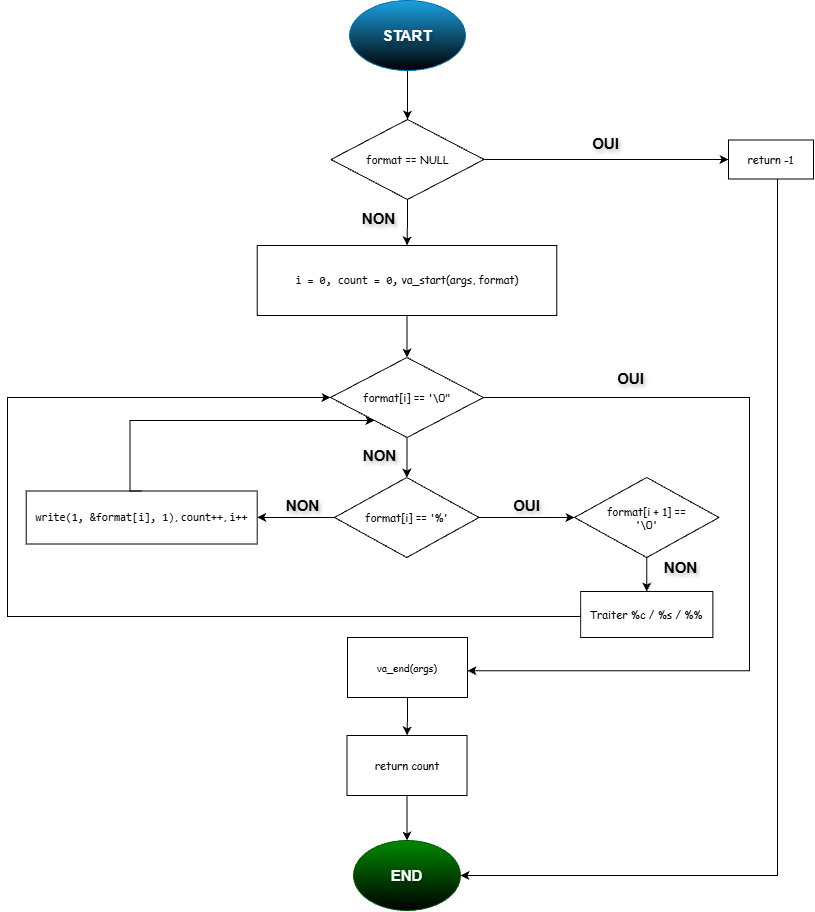
The draw.io diagram 1st_Flowcharts.drawio.png in AdPatresSs/holbertonschool-printf, before a commit. Source tidied: cells renumbered, new cells last; positions are measured from the earlier drawing's top-left corner, leaving out a move shared by most shapes. Source of this version:
```xml
<mxGraphModel>
  <root>
    <mxCell id="0" />
    <mxCell id="1" parent="0" />
    <mxCell id="2" style="edgeStyle=orthogonalEdgeStyle;rounded=0;jettySize=auto;html=1;defaultLabelBackgroundColor=page;labelPadding=0 4;fontSize=15;" parent="1" edge="1" source="3" target="8">
      <mxGeometry relative="1" as="geometry" />
    </mxCell>
    <mxCell id="3" value="START" style="ellipse;whiteSpace=wrap;html=1;shapeInside=1;labelBorderColor=none;textShadow=1;fontStyle=1;fontSize=15;fillColor=#1ba1e2;fontColor=#ffffff;strokeColor=#006EAF;gradientColor=default;" parent="1" vertex="1">
      <mxGeometry x="342" width="116" height="70" as="geometry" />
    </mxCell>
    <mxCell id="4" style="edgeStyle=orthogonalEdgeStyle;rounded=0;jettySize=auto;html=1;defaultLabelBackgroundColor=page;labelPadding=0 4;verticalAlign=top;fontSize=15;" parent="1" edge="1" source="8" target="10">
      <mxGeometry relative="1" as="geometry" />
    </mxCell>
    <mxCell id="5" value="OUI" style="edgeLabel;html=1;align=center;verticalAlign=bottom;inheritText=fontFamily,textOpacity,labelBorderColor,labelBorderWidth,labelBackgroundColor,defaultLabelBackgroundColor,labelPadding;defaultLabelBackgroundColor=page;labelPadding=0 4;fontColor=light-dark(#000000,#FF0000);textShadow=1;fontStyle=1;fontSize=15;" parent="4" vertex="1">
      <mxGeometry x="0.12" y="1" relative="1" as="geometry">
        <mxPoint x="-16" y="-4" as="offset" />
      </mxGeometry>
    </mxCell>
    <mxCell id="6" style="edgeStyle=orthogonalEdgeStyle;rounded=0;jettySize=auto;html=1;defaultLabelBackgroundColor=page;labelPadding=0 4;verticalAlign=middle;align=right;fontSize=15;" parent="1" edge="1" source="8" target="13">
      <mxGeometry relative="1" as="geometry" />
    </mxCell>
    <mxCell id="7" value="NON" style="edgeLabel;html=1;align=center;verticalAlign=middle;inheritText=fontFamily,textOpacity,labelBorderColor,labelBorderWidth,labelBackgroundColor,defaultLabelBackgroundColor,labelPadding;defaultLabelBackgroundColor=page;labelPadding=0 4;fontSize=15;fontColor=light-dark(#000000,#00FF00);textShadow=1;fontStyle=1;" parent="6" vertex="1">
      <mxGeometry x="-0.1" y="1" relative="1" as="geometry">
        <mxPoint x="-30" y="-2" as="offset" />
      </mxGeometry>
    </mxCell>
    <mxCell id="8" value="format == NULL" style="rhombus;whiteSpace=wrap;html=1;shapeInside=1;fontSize=11;fontFamily=Comic Sans MS;" parent="1" vertex="1">
      <mxGeometry x="323.5" y="119" width="153" height="80" as="geometry" />
    </mxCell>
    <mxCell id="9" style="edgeStyle=orthogonalEdgeStyle;rounded=0;jettySize=auto;html=1;defaultLabelBackgroundColor=page;labelPadding=0 4;fontSize=15;" parent="1" edge="1" source="10" target="11">
      <mxGeometry x="0.02" relative="1" as="geometry">
        <Array as="points">
          <mxPoint x="770" y="875" />
        </Array>
      </mxGeometry>
    </mxCell>
    <mxCell id="10" value="return -1" style="whiteSpace=wrap;html=1;fontSize=11;fontFamily=Comic Sans MS;" parent="1" vertex="1">
      <mxGeometry x="721" y="139.5" width="85" height="39" as="geometry" />
    </mxCell>
    <mxCell id="11" value="END" style="ellipse;whiteSpace=wrap;html=1;shapeInside=1;fillColor=#008a00;fontColor=#ffffff;strokeColor=#005700;gradientColor=default;fontSize=15;fontStyle=1;textShadow=1;" parent="1" vertex="1">
      <mxGeometry x="346" y="840" width="107" height="70" as="geometry" />
    </mxCell>
    <mxCell id="12" style="edgeStyle=orthogonalEdgeStyle;rounded=0;jettySize=auto;html=1;defaultLabelBackgroundColor=page;labelPadding=0 4;fontSize=15;" parent="1" edge="1" source="13" target="24">
      <mxGeometry relative="1" as="geometry" />
    </mxCell>
    <mxCell id="13" value="&lt;font&gt;&lt;code&gt;i = 0, count = 0,&lt;/code&gt;&amp;nbsp;&lt;/font&gt;&lt;span style=&quot;background-color: transparent; color: light-dark(#000000, var(--ge-light-color, #ffffff));&quot;&gt;va_start(args, format)&lt;/span&gt;" style="whiteSpace=wrap;html=1;fontSize=11;fontFamily=Comic Sans MS;" parent="1" vertex="1">
      <mxGeometry x="249.7" y="245" width="299.6" height="70" as="geometry" />
    </mxCell>
    <mxCell id="14" style="edgeStyle=orthogonalEdgeStyle;rounded=0;jettySize=auto;html=1;defaultLabelBackgroundColor=page;labelPadding=0 4;" parent="1" edge="1" source="16" target="29">
      <mxGeometry relative="1" as="geometry" />
    </mxCell>
    <mxCell id="15" style="edgeStyle=orthogonalEdgeStyle;rounded=0;jettySize=auto;html=1;defaultLabelBackgroundColor=page;labelPadding=0 4;" parent="1" edge="1" source="16" target="32">
      <mxGeometry relative="1" as="geometry" />
    </mxCell>
    <mxCell id="16" value="format[i] == '%'" style="rhombus;whiteSpace=wrap;html=1;shapeInside=1;fontSize=11;fontFamily=Comic Sans MS;" parent="1" vertex="1">
      <mxGeometry x="327" y="477" width="144.5" height="80" as="geometry" />
    </mxCell>
    <mxCell id="17" style="edgeStyle=orthogonalEdgeStyle;rounded=0;jettySize=auto;html=1;defaultLabelBackgroundColor=page;labelPadding=0 4;fontSize=15;" parent="1" edge="1" source="24" target="16">
      <mxGeometry relative="1" as="geometry" />
    </mxCell>
    <mxCell id="18" value="NON" style="edgeLabel;html=1;align=center;verticalAlign=middle;inheritText=fontFamily,fontSize,textOpacity,labelBorderColor,labelBorderWidth,labelBackgroundColor,defaultLabelBackgroundColor,labelPadding;fontSize=15;defaultLabelBackgroundColor=page;labelPadding=0 4;textShadow=1;fontColor=light-dark(#000000,#FF3333);fontStyle=1;" parent="17" vertex="1">
      <mxGeometry x="-0.21" y="-2" relative="1" as="geometry">
        <mxPoint x="-26" y="1" as="offset" />
      </mxGeometry>
    </mxCell>
    <mxCell id="19" value="NON" style="edgeLabel;html=1;align=center;verticalAlign=middle;inheritText=fontFamily,fontSize,textOpacity,labelBorderColor,labelBorderWidth,labelBackgroundColor,defaultLabelBackgroundColor,labelPadding;textShadow=1;fontColor=light-dark(#000000,#FF3333);fontStyle=1;fontSize=15;defaultLabelBackgroundColor=page;labelPadding=0 4;" parent="17" vertex="1">
      <mxGeometry x="-0.21" y="-2" relative="1" as="geometry">
        <mxPoint x="-103" y="51" as="offset" />
      </mxGeometry>
    </mxCell>
    <mxCell id="20" value="NON" style="edgeLabel;html=1;align=center;verticalAlign=middle;inheritText=fontFamily,fontSize,textOpacity,labelBorderColor,labelBorderWidth,labelBackgroundColor,defaultLabelBackgroundColor,labelPadding;textShadow=1;fontColor=light-dark(#000000,#FF3333);fontStyle=1;fontSize=15;defaultLabelBackgroundColor=page;labelPadding=0 4;" parent="17" vertex="1">
      <mxGeometry x="-0.21" y="-2" relative="1" as="geometry">
        <mxPoint x="275" y="114" as="offset" />
      </mxGeometry>
    </mxCell>
    <mxCell id="21" style="edgeStyle=orthogonalEdgeStyle;rounded=0;jettySize=auto;html=1;defaultLabelBackgroundColor=page;labelPadding=0 4;fontSize=15;exitX=1;exitY=0.5;exitDx=0;exitDy=0;" parent="1" edge="1" source="24" target="26">
      <mxGeometry x="-0.25" relative="1" as="geometry">
        <Array as="points">
          <mxPoint x="742" y="397" />
          <mxPoint x="742" y="670.2" />
        </Array>
      </mxGeometry>
    </mxCell>
    <mxCell id="22" value="OUI" style="edgeLabel;html=1;align=center;verticalAlign=middle;inheritText=fontFamily,textOpacity,labelBorderColor,labelBorderWidth,labelBackgroundColor,defaultLabelBackgroundColor,labelPadding;fontSize=15;fontStyle=1;textShadow=1;fontColor=light-dark(#000000,#00FF00);defaultLabelBackgroundColor=page;labelPadding=0 4;" parent="21" vertex="1">
      <mxGeometry x="-0.27" y="1" relative="1" as="geometry">
        <mxPoint x="-121" y="-53" as="offset" />
      </mxGeometry>
    </mxCell>
    <mxCell id="23" value="OUI" style="edgeLabel;html=1;align=center;verticalAlign=middle;inheritText=fontFamily,textOpacity,labelBorderColor,labelBorderWidth,labelBackgroundColor,defaultLabelBackgroundColor,labelPadding;fontSize=15;fontStyle=1;textShadow=1;fontColor=light-dark(#000000,#00FF00);defaultLabelBackgroundColor=page;labelPadding=0 4;" parent="21" vertex="1">
      <mxGeometry x="-0.27" y="1" relative="1" as="geometry">
        <mxPoint x="-225" y="73" as="offset" />
      </mxGeometry>
    </mxCell>
    <mxCell id="24" value="format[i] == '\0&quot;" style="rhombus;whiteSpace=wrap;html=1;shapeInside=1;fontSize=11;fontFamily=Comic Sans MS;" parent="1" vertex="1">
      <mxGeometry x="323" y="357" width="153" height="80" as="geometry" />
    </mxCell>
    <mxCell id="25" style="edgeStyle=orthogonalEdgeStyle;rounded=0;jettySize=auto;html=1;defaultLabelBackgroundColor=page;labelPadding=0 4;fontSize=15;" parent="1" edge="1" source="26" target="28">
      <mxGeometry relative="1" as="geometry" />
    </mxCell>
    <mxCell id="26" value="&lt;font size=&quot;1&quot;&gt;va_end(args)&lt;/font&gt;" style="rounded=0;whiteSpace=wrap;html=1;fontSize=11;fontFamily=Comic Sans MS;" parent="1" vertex="1">
      <mxGeometry x="340" y="637" width="120" height="60" as="geometry" />
    </mxCell>
    <mxCell id="27" style="edgeStyle=orthogonalEdgeStyle;rounded=0;jettySize=auto;html=1;defaultLabelBackgroundColor=page;labelPadding=0 4;fontSize=15;" parent="1" edge="1" source="28" target="11">
      <mxGeometry relative="1" as="geometry" />
    </mxCell>
    <mxCell id="28" value="return count" style="rounded=0;whiteSpace=wrap;html=1;fontSize=11;fontFamily=Comic Sans MS;" parent="1" vertex="1">
      <mxGeometry x="339.5" y="735" width="120" height="60" as="geometry" />
    </mxCell>
    <mxCell id="29" value="&lt;font&gt;&lt;code style=&quot;&quot;&gt;write(1, &amp;amp;format[i], 1)&lt;/code&gt;, &lt;code style=&quot;&quot;&gt;count++&lt;/code&gt;, &lt;code style=&quot;&quot;&gt;i++&lt;/code&gt;&lt;/font&gt;" style="rounded=0;whiteSpace=wrap;html=1;fontSize=11;fontFamily=Comic Sans MS;" parent="1" vertex="1">
      <mxGeometry x="18.7" y="490.5" width="231" height="53" as="geometry" />
    </mxCell>
    <mxCell id="30" style="edgeStyle=orthogonalEdgeStyle;rounded=0;jettySize=auto;html=1;exitX=0.5;exitY=0;exitDx=0;exitDy=0;defaultLabelBackgroundColor=page;labelPadding=0 4;" parent="1" edge="1" source="29" target="24">
      <mxGeometry x="-0.07" relative="1" as="geometry">
        <Array as="points">
          <mxPoint x="122.5" y="420" />
        </Array>
      </mxGeometry>
    </mxCell>
    <mxCell id="31" style="edgeStyle=orthogonalEdgeStyle;rounded=0;jettySize=auto;html=1;defaultLabelBackgroundColor=page;labelPadding=0 4;" parent="1" edge="1" source="32" target="34">
      <mxGeometry relative="1" as="geometry" />
    </mxCell>
    <mxCell id="32" value="format[i + 1] == '\0'" style="rhombus;whiteSpace=wrap;html=1;shapeInside=1;fontSize=11;fontFamily=Comic Sans MS;" parent="1" vertex="1">
      <mxGeometry x="567" y="477" width="144.5" height="80" as="geometry" />
    </mxCell>
    <mxCell id="33" style="edgeStyle=orthogonalEdgeStyle;rounded=0;jettySize=auto;html=1;exitX=0;exitY=0.5;exitDx=0;exitDy=0;defaultLabelBackgroundColor=page;labelPadding=0 4;" parent="1" edge="1" source="34" target="24">
      <mxGeometry x="-0.79" relative="1" as="geometry">
        <Array as="points">
          <mxPoint x="573.1" y="616" />
          <mxPoint y="616" />
          <mxPoint y="397" />
        </Array>
      </mxGeometry>
    </mxCell>
    <mxCell id="34" value="Traiter %c / %s / %%" style="whiteSpace=wrap;html=1;fontSize=11;fontFamily=Comic Sans MS;" parent="1" vertex="1">
      <mxGeometry x="573.1" y="591" width="132.2" height="46" as="geometry" />
    </mxCell>
  </root>
</mxGraphModel>
```
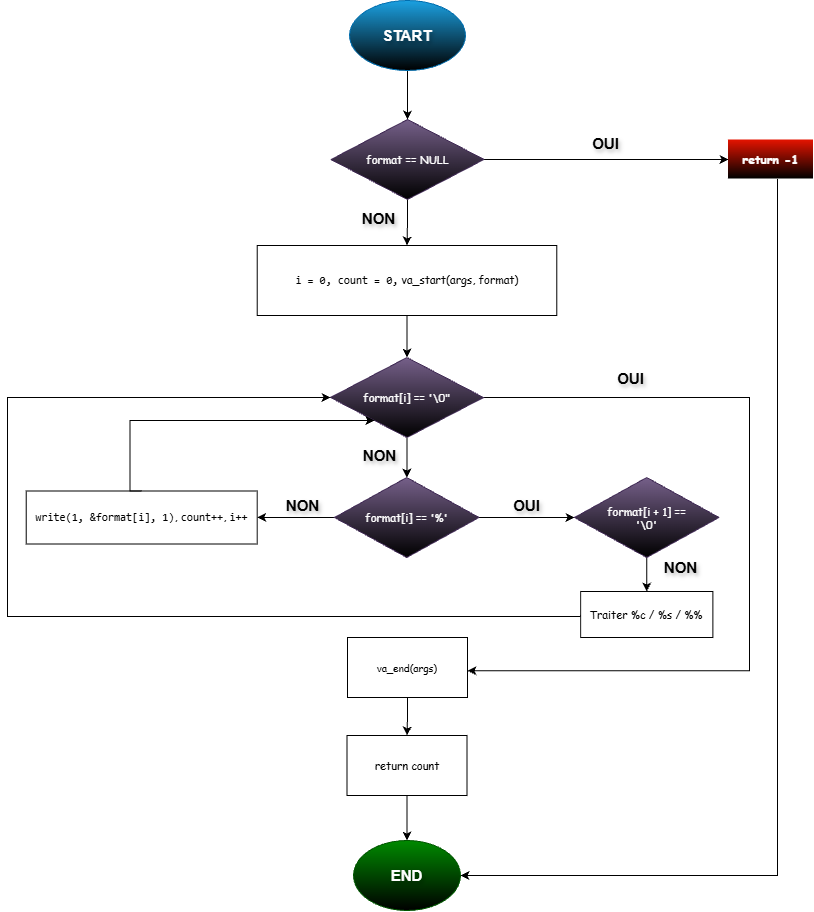
After the change.

Commit message:
Mettre à jour 1st_Flowcharts_Printf.drawio.png

What changed in the source:
```diff
@@ -24,7 +24,7 @@
         <mxPoint x="-30" y="-2" as="offset" />
       </mxGeometry>
     </mxCell>
-    <mxCell id="8" value="format == NULL" style="rhombus;whiteSpace=wrap;html=1;shapeInside=1;fontSize=11;fontFamily=Comic Sans MS;" parent="1" vertex="1">
+    <mxCell id="8" value="format == NULL" style="rhombus;whiteSpace=wrap;html=1;shapeInside=1;fontSize=11;fontFamily=Comic Sans MS;fillColor=light-dark(#76608A,#9D4DED);strokeColor=#432D57;fontColor=#ffffff;gradientColor=default;" parent="1" vertex="1">
       <mxGeometry x="323.5" y="119" width="153" height="80" as="geometry" />
     </mxCell>
     <mxCell id="9" style="edgeStyle=orthogonalEdgeStyle;rounded=0;jettySize=auto;html=1;defaultLabelBackgroundColor=page;labelPadding=0 4;fontSize=15;" parent="1" edge="1" source="10" target="11">
@@ -34,7 +34,7 @@
         </Array>
       </mxGeometry>
     </mxCell>
-    <mxCell id="10" value="return -1" style="whiteSpace=wrap;html=1;fontSize=11;fontFamily=Comic Sans MS;" parent="1" vertex="1">
+    <mxCell id="10" value="return -1" style="whiteSpace=wrap;html=1;fontSize=12;fontFamily=Comic Sans MS;fillColor=light-dark(#E51400,#CF3827);fontColor=#ffffff;strokeColor=none;gradientColor=default;fontStyle=1;" parent="1" vertex="1">
       <mxGeometry x="721" y="139.5" width="85" height="39" as="geometry" />
     </mxCell>
     <mxCell id="11" value="END" style="ellipse;whiteSpace=wrap;html=1;shapeInside=1;fillColor=#008a00;fontColor=#ffffff;strokeColor=#005700;gradientColor=default;fontSize=15;fontStyle=1;textShadow=1;" parent="1" vertex="1">
@@ -52,7 +52,7 @@
     <mxCell id="15" style="edgeStyle=orthogonalEdgeStyle;rounded=0;jettySize=auto;html=1;defaultLabelBackgroundColor=page;labelPadding=0 4;" parent="1" edge="1" source="16" target="32">
       <mxGeometry relative="1" as="geometry" />
     </mxCell>
-    <mxCell id="16" value="format[i] == '%'" style="rhombus;whiteSpace=wrap;html=1;shapeInside=1;fontSize=11;fontFamily=Comic Sans MS;" parent="1" vertex="1">
+    <mxCell id="16" value="format[i] == '%'" style="rhombus;whiteSpace=wrap;html=1;shapeInside=1;fontSize=11;fontFamily=Comic Sans MS;fillColor=light-dark(#76608A,#9D4DED);strokeColor=#432D57;fontColor=#ffffff;gradientColor=default;" parent="1" vertex="1">
       <mxGeometry x="327" y="477" width="144.5" height="80" as="geometry" />
     </mxCell>
     <mxCell id="17" style="edgeStyle=orthogonalEdgeStyle;rounded=0;jettySize=auto;html=1;defaultLabelBackgroundColor=page;labelPadding=0 4;fontSize=15;" parent="1" edge="1" source="24" target="16">
@@ -91,7 +91,7 @@
         <mxPoint x="-225" y="73" as="offset" />
       </mxGeometry>
     </mxCell>
-    <mxCell id="24" value="format[i] == '\0&quot;" style="rhombus;whiteSpace=wrap;html=1;shapeInside=1;fontSize=11;fontFamily=Comic Sans MS;" parent="1" vertex="1">
+    <mxCell id="24" value="format[i] == '\0&quot;" style="rhombus;whiteSpace=wrap;html=1;shapeInside=1;fontSize=11;fontFamily=Comic Sans MS;fillColor=light-dark(#76608A,#9D4DED);strokeColor=#432D57;fontColor=#ffffff;gradientColor=default;" parent="1" vertex="1">
       <mxGeometry x="323" y="357" width="153" height="80" as="geometry" />
     </mxCell>
     <mxCell id="25" style="edgeStyle=orthogonalEdgeStyle;rounded=0;jettySize=auto;html=1;defaultLabelBackgroundColor=page;labelPadding=0 4;fontSize=15;" parent="1" edge="1" source="26" target="28">
@@ -119,7 +119,7 @@
     <mxCell id="31" style="edgeStyle=orthogonalEdgeStyle;rounded=0;jettySize=auto;html=1;defaultLabelBackgroundColor=page;labelPadding=0 4;" parent="1" edge="1" source="32" target="34">
       <mxGeometry relative="1" as="geometry" />
     </mxCell>
-    <mxCell id="32" value="format[i + 1] == '\0'" style="rhombus;whiteSpace=wrap;html=1;shapeInside=1;fontSize=11;fontFamily=Comic Sans MS;" parent="1" vertex="1">
+    <mxCell id="32" value="format[i + 1] == '\0'" style="rhombus;whiteSpace=wrap;html=1;shapeInside=1;fontSize=11;fontFamily=Comic Sans MS;fillColor=light-dark(#76608A,#9D4DED);strokeColor=#432D57;fontColor=#ffffff;gradientColor=default;" parent="1" vertex="1">
       <mxGeometry x="567" y="477" width="144.5" height="80" as="geometry" />
     </mxCell>
     <mxCell id="33" style="edgeStyle=orthogonalEdgeStyle;rounded=0;jettySize=auto;html=1;exitX=0;exitY=0.5;exitDx=0;exitDy=0;defaultLabelBackgroundColor=page;labelPadding=0 4;" parent="1" edge="1" source="34" target="24">
```
